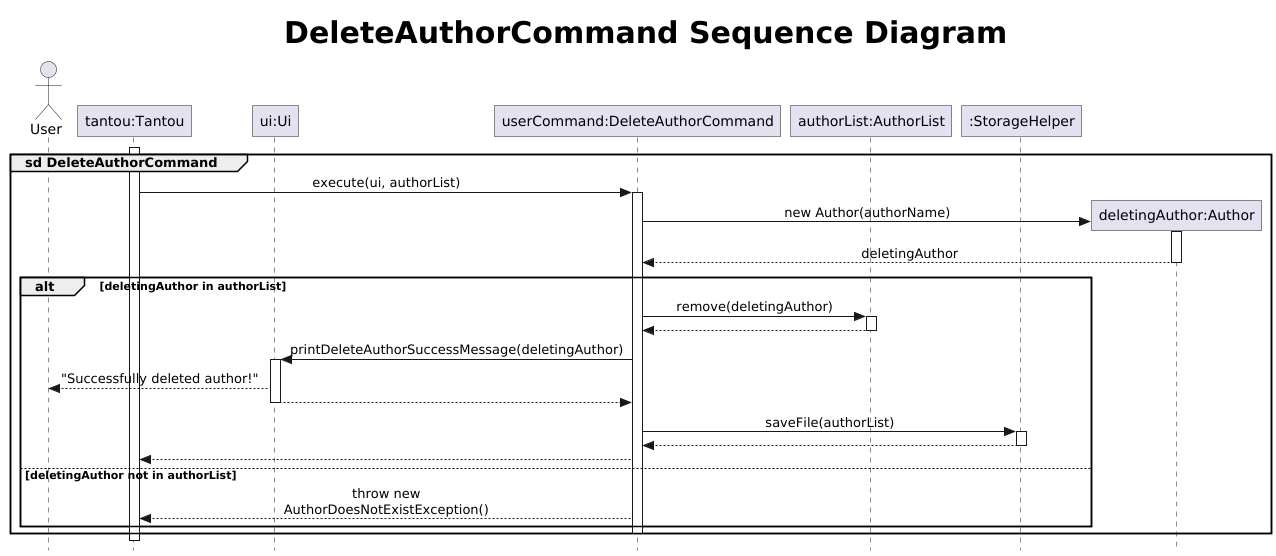
xenthm/tp keeps this PlantUML diagram as docs/uml/images/DeleteAuthorSequence.png. Above is the earlier version.
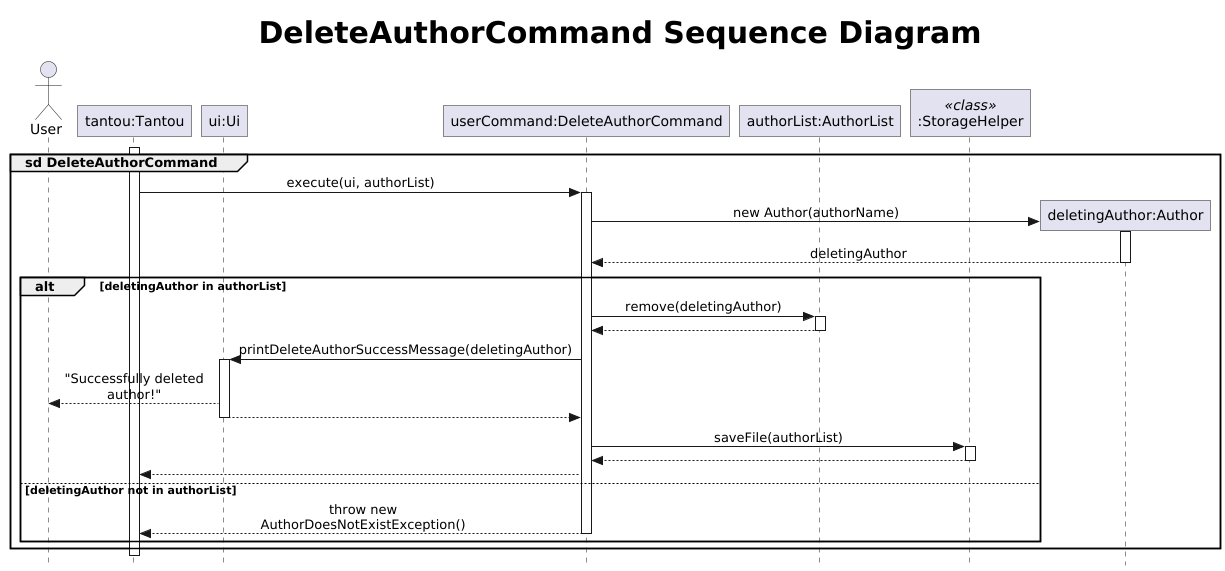
Later version of the same file.

Commit message:
Update DeleteAuthorCommand sequence diagram

Diff of the diagram source:
```diff
@@ -1,7 +1,6 @@
 @startuml
 !include .PlantUMLSequence.config
 autoactivate off
-skinparam maxMessageSize 250
 title <size:30> DeleteAuthorCommand Sequence Diagram
 
 actor User
@@ -9,7 +8,7 @@
 participant "ui:Ui" as ui
 participant "userCommand:DeleteAuthorCommand" as userCommand
 participant "authorList:AuthorList" as authorList
-participant ":StorageHelper" as storage
+participant ":StorageHelper" as storage <<class>>
 participant "deletingAuthor:Author" as author
 
 activate tantou
@@ -39,8 +38,8 @@
         userCommand --> tantou
     else deletingAuthor not in authorList
         userCommand --> tantou : throw new AuthorDoesNotExistException()
+        deactivate userCommand
     end
-    deactivate userCommand
 end
 deactivate tantou
 autoactivate on
```
